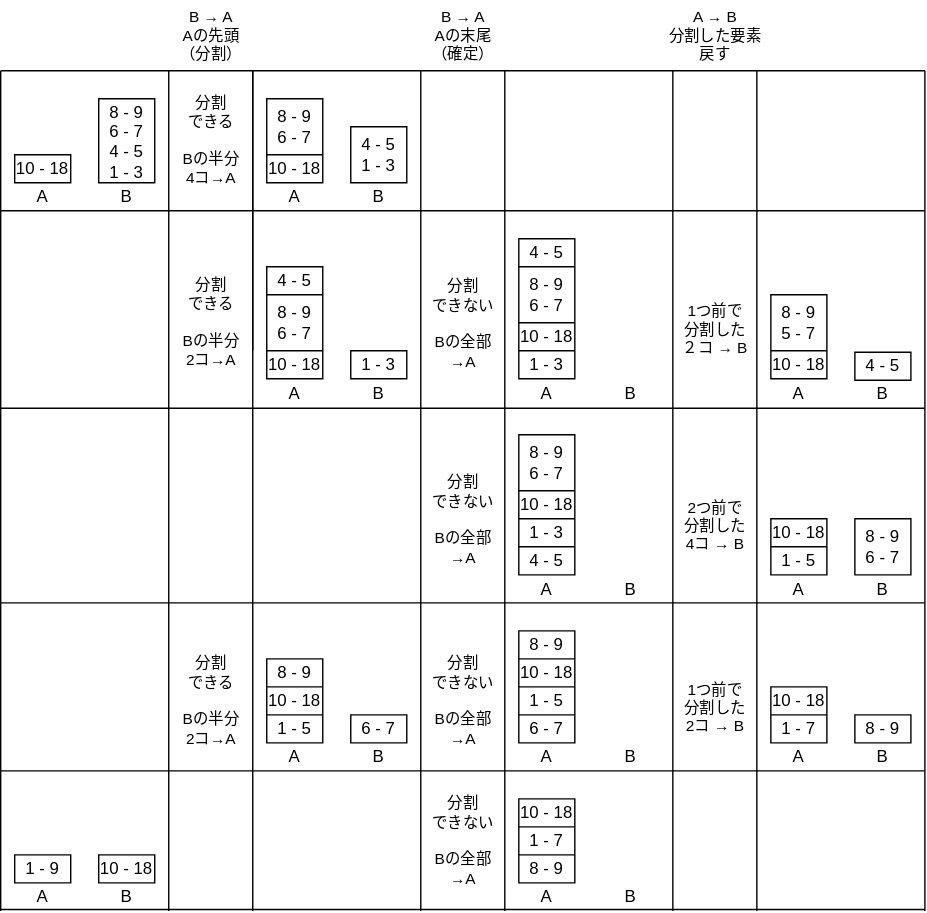
Above: images/qsort/qsort-func.svg in welove-t/42Tokyo-push_swap (draw.io), before the change. Source tidied: cells renumbered, new cells last; positions are measured from the earlier drawing's top-left corner, leaving out a move shared by most shapes.
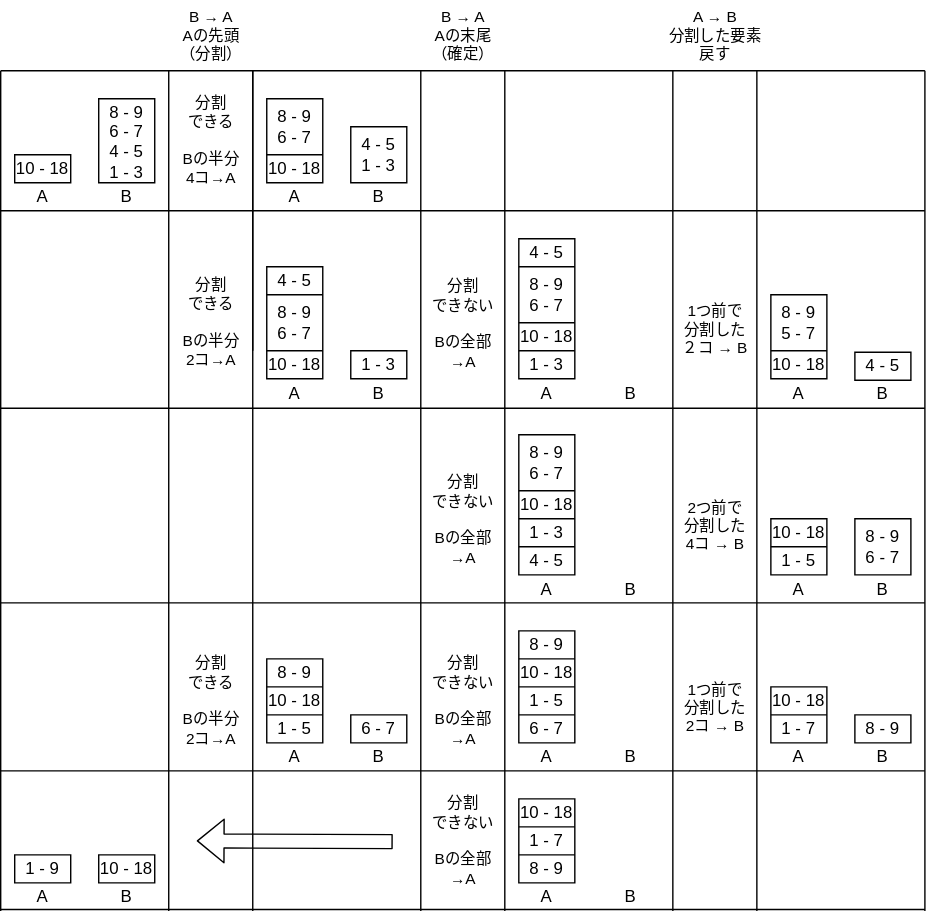
After the change.

Change to the diagram source:
```diff
@@ -518,5 +518,11 @@
     <mxCell id="158" value="分割&lt;br&gt;できない" style="text;html=1;align=center;verticalAlign=middle;strokeColor=none;fillColor=none;fontSize=11;" parent="1" vertex="1">
       <mxGeometry x="295" y="560" width="70" height="40" as="geometry" />
     </mxCell>
+    <mxCell id="159" style="shape=flexArrow;endArrow=classic;html=1;fontSize=16;" parent="1" edge="1">
+      <mxGeometry relative="1" as="geometry">
+        <mxPoint x="280" y="600.5" as="sourcePoint" />
+        <mxPoint x="140" y="600" as="targetPoint" />
+      </mxGeometry>
+    </mxCell>
   </root>
 </mxGraphModel>
```
